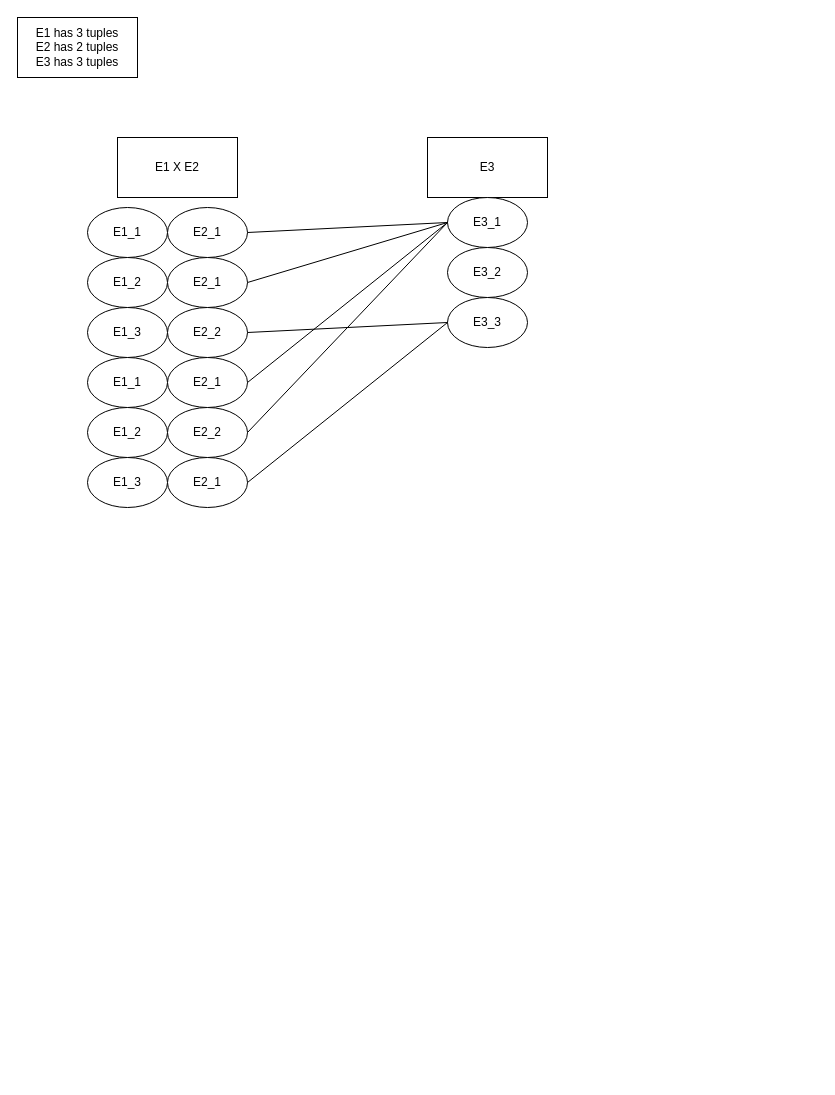
The draw.io diagram Temp.drawio in critschris/COMP353, before the edit. Source tidied: cells renumbered, new cells numbered last; positions are measured from the earlier drawing's top-left corner, leaving out a move shared by most shapes. Both pictures are drawn from the tidied source at 100%, with x=0, y=0 at pixel (17, 17).
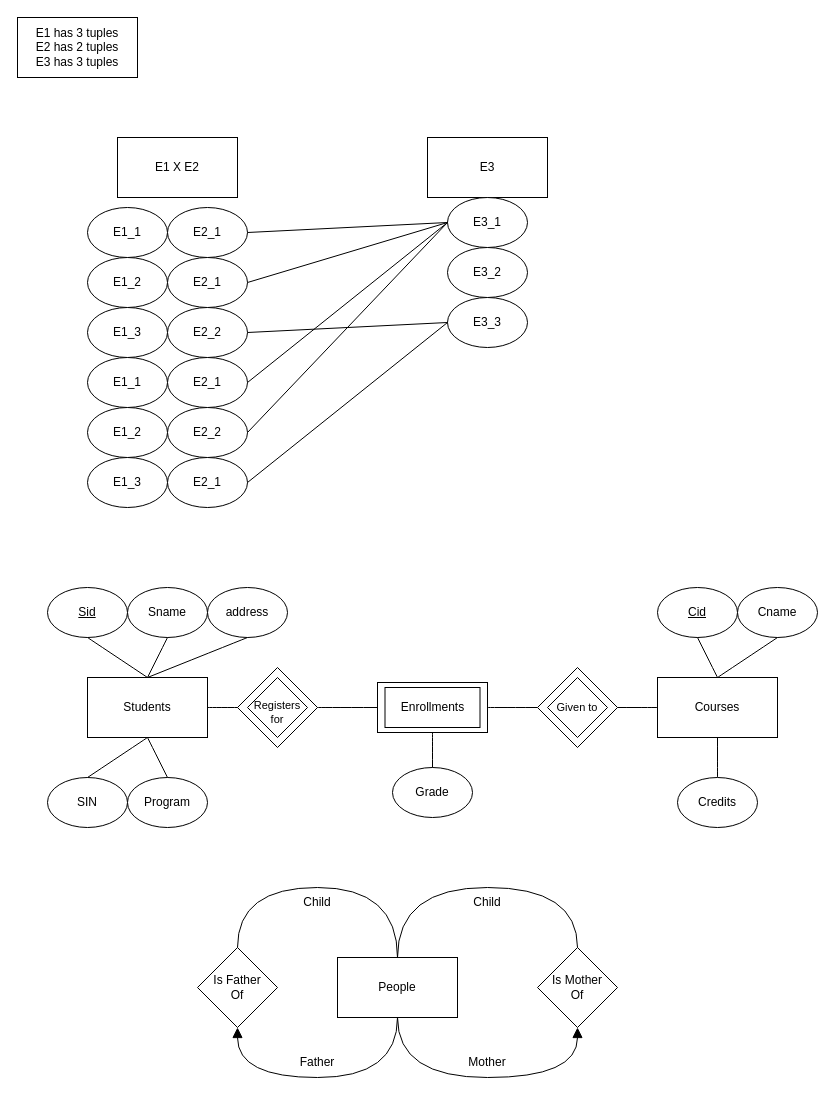
The same page after the edit.

What changed in the source:
```diff
@@
+    <mxCell id="26" style="rounded=0;whiteSpace=wrap;html=1;" parent="1" vertex="1">
+      <mxGeometry x="360" y="665" width="110" height="50" as="geometry" />
+    </mxCell>
@@
+    <mxCell id="27" value="Students" style="rounded=0;whiteSpace=wrap;html=1;" parent="1" vertex="1">
+      <mxGeometry x="70" y="660" width="120" height="60" as="geometry" />
+    </mxCell>
+    <mxCell id="28" value="&lt;u&gt;Sid&lt;/u&gt;" style="ellipse;whiteSpace=wrap;html=1;" parent="1" vertex="1">
+      <mxGeometry x="30" y="570" width="80" height="50" as="geometry" />
+    </mxCell>
+    <mxCell id="29" value="Sname" style="ellipse;whiteSpace=wrap;html=1;" parent="1" vertex="1">
+      <mxGeometry x="110" y="570" width="80" height="50" as="geometry" />
+    </mxCell>
+    <mxCell id="30" value="address" style="ellipse;whiteSpace=wrap;html=1;" parent="1" vertex="1">
+      <mxGeometry x="190" y="570" width="80" height="50" as="geometry" />
+    </mxCell>
+    <mxCell id="31" value="SIN" style="ellipse;whiteSpace=wrap;html=1;" parent="1" vertex="1">
+      <mxGeometry x="30" y="760" width="80" height="50" as="geometry" />
+    </mxCell>
+    <mxCell id="32" value="Program" style="ellipse;whiteSpace=wrap;html=1;" parent="1" vertex="1">
+      <mxGeometry x="110" y="760" width="80" height="50" as="geometry" />
+    </mxCell>
+    <mxCell id="33" style="endArrow=none;html=1;rounded=0;fontSize=12;startSize=8;endSize=8;curved=1;exitX=0.5;exitY=1;exitDx=0;exitDy=0;entryX=0.5;entryY=0;entryDx=0;entryDy=0;" parent="1" edge="1" source="28" target="27">
+      <mxGeometry relative="1" as="geometry" />
+    </mxCell>
+    <mxCell id="34" style="endArrow=none;html=1;rounded=0;fontSize=12;startSize=8;endSize=8;curved=1;exitX=0.5;exitY=1;exitDx=0;exitDy=0;entryX=0.5;entryY=0;entryDx=0;entryDy=0;" parent="1" edge="1" source="29" target="27">
+      <mxGeometry relative="1" as="geometry" />
+    </mxCell>
+    <mxCell id="35" style="endArrow=none;html=1;rounded=0;fontSize=12;startSize=8;endSize=8;curved=1;exitX=0.5;exitY=1;exitDx=0;exitDy=0;entryX=0.5;entryY=0;entryDx=0;entryDy=0;" parent="1" edge="1" source="30" target="27">
+      <mxGeometry relative="1" as="geometry" />
+    </mxCell>
+    <mxCell id="36" style="endArrow=none;html=1;rounded=0;fontSize=12;startSize=8;endSize=8;curved=1;exitX=0.5;exitY=1;exitDx=0;exitDy=0;entryX=0.5;entryY=0;entryDx=0;entryDy=0;" parent="1" edge="1" source="27" target="31">
+      <mxGeometry relative="1" as="geometry" />
+    </mxCell>
+    <mxCell id="37" style="endArrow=none;html=1;rounded=0;fontSize=12;startSize=8;endSize=8;curved=1;exitX=0.5;exitY=1;exitDx=0;exitDy=0;entryX=0.5;entryY=0;entryDx=0;entryDy=0;" parent="1" edge="1" source="27" target="32">
+      <mxGeometry relative="1" as="geometry" />
+    </mxCell>
+    <mxCell id="38" style="endArrow=none;html=1;rounded=0;fontSize=12;startSize=8;endSize=8;curved=1;exitX=1;exitY=0.5;exitDx=0;exitDy=0;entryX=0;entryY=0.5;entryDx=0;entryDy=0;" parent="1" edge="1" source="27">
+      <mxGeometry relative="1" as="geometry">
+        <mxPoint x="225" y="690" as="targetPoint" />
+      </mxGeometry>
+    </mxCell>
+    <mxCell id="39" value="Courses" style="rounded=0;whiteSpace=wrap;html=1;" parent="1" vertex="1">
+      <mxGeometry x="640" y="660" width="120" height="60" as="geometry" />
+    </mxCell>
+    <mxCell id="40" value="&lt;u&gt;Cid&lt;/u&gt;" style="ellipse;whiteSpace=wrap;html=1;" parent="1" vertex="1">
+      <mxGeometry x="640" y="570" width="80" height="50" as="geometry" />
+    </mxCell>
+    <mxCell id="41" style="endArrow=none;html=1;rounded=0;fontSize=12;startSize=8;endSize=8;curved=1;entryX=0.5;entryY=1;entryDx=0;entryDy=0;exitX=0.5;exitY=0;exitDx=0;exitDy=0;" parent="1" edge="1" source="39" target="40">
+      <mxGeometry relative="1" as="geometry" />
+    </mxCell>
+    <mxCell id="42" value="Cname" style="ellipse;whiteSpace=wrap;html=1;" parent="1" vertex="1">
+      <mxGeometry x="720" y="570" width="80" height="50" as="geometry" />
+    </mxCell>
+    <mxCell id="43" style="endArrow=none;html=1;rounded=0;fontSize=12;startSize=8;endSize=8;curved=1;entryX=0.5;entryY=1;entryDx=0;entryDy=0;exitX=0.5;exitY=0;exitDx=0;exitDy=0;" parent="1" edge="1" source="39" target="42">
+      <mxGeometry relative="1" as="geometry" />
+    </mxCell>
+    <mxCell id="44" style="endArrow=none;html=1;rounded=0;fontSize=12;startSize=8;endSize=8;curved=1;entryX=0.5;entryY=1;entryDx=0;entryDy=0;exitX=0.5;exitY=0;exitDx=0;exitDy=0;" parent="1" edge="1" source="45" target="39">
+      <mxGeometry relative="1" as="geometry" />
+    </mxCell>
+    <mxCell id="45" value="Credits" style="ellipse;whiteSpace=wrap;html=1;" parent="1" vertex="1">
+      <mxGeometry x="660" y="760" width="80" height="50" as="geometry" />
+    </mxCell>
+    <mxCell id="46" value="Grade" style="ellipse;whiteSpace=wrap;html=1;" parent="1" vertex="1">
+      <mxGeometry x="375" y="750" width="80" height="50" as="geometry" />
+    </mxCell>
+    <mxCell id="47" style="endArrow=none;html=1;rounded=0;fontSize=12;startSize=8;endSize=8;curved=1;exitX=0.5;exitY=1;exitDx=0;exitDy=0;entryX=0.5;entryY=0;entryDx=0;entryDy=0;" parent="1" edge="1" source="26" target="46">
+      <mxGeometry relative="1" as="geometry" />
+    </mxCell>
+    <mxCell id="48" value="Enrollments" style="rounded=0;whiteSpace=wrap;html=1;" parent="1" vertex="1">
+      <mxGeometry x="367.5" y="670" width="95" height="40" as="geometry" />
+    </mxCell>
+    <mxCell id="49" style="rhombus;whiteSpace=wrap;html=1;" parent="1" vertex="1">
+      <mxGeometry x="220" y="650" width="80" height="80" as="geometry" />
+    </mxCell>
+    <mxCell id="50" style="rhombus;whiteSpace=wrap;html=1;verticalAlign=middle;" parent="1" vertex="1">
+      <mxGeometry x="230" y="660" width="60" height="60" as="geometry" />
+    </mxCell>
+    <mxCell id="51" value="Registers for" style="text;html=1;align=center;verticalAlign=middle;whiteSpace=wrap;rounded=0;fontSize=11;" parent="1" vertex="1">
+      <mxGeometry x="230" y="680" width="60" height="30" as="geometry" />
+    </mxCell>
+    <mxCell id="52" style="endArrow=none;html=1;rounded=0;fontSize=12;startSize=8;endSize=8;curved=1;exitX=1;exitY=0.5;exitDx=0;exitDy=0;entryX=0;entryY=0.5;entryDx=0;entryDy=0;" parent="1" edge="1" source="49" target="26">
+      <mxGeometry relative="1" as="geometry" />
+    </mxCell>
+    <mxCell id="53" style="rhombus;whiteSpace=wrap;html=1;" parent="1" vertex="1">
+      <mxGeometry x="520" y="650" width="80" height="80" as="geometry" />
+    </mxCell>
+    <mxCell id="54" style="rhombus;whiteSpace=wrap;html=1;verticalAlign=middle;" parent="1" vertex="1">
+      <mxGeometry x="530" y="660" width="60" height="60" as="geometry" />
+    </mxCell>
+    <mxCell id="55" value="Given to" style="text;html=1;align=center;verticalAlign=middle;whiteSpace=wrap;rounded=0;fontSize=11;" parent="1" vertex="1">
+      <mxGeometry x="530" y="675" width="60" height="30" as="geometry" />
+    </mxCell>
+    <mxCell id="56" style="endArrow=none;html=1;rounded=0;fontSize=12;startSize=8;endSize=8;curved=1;exitX=0;exitY=0.5;exitDx=0;exitDy=0;entryX=1;entryY=0.5;entryDx=0;entryDy=0;" parent="1" edge="1" source="39" target="53">
+      <mxGeometry relative="1" as="geometry" />
+    </mxCell>
+    <mxCell id="57" style="endArrow=none;html=1;rounded=0;fontSize=12;startSize=8;endSize=8;curved=1;exitX=1;exitY=0.5;exitDx=0;exitDy=0;entryX=0;entryY=0.5;entryDx=0;entryDy=0;" parent="1" edge="1" source="26" target="53">
+      <mxGeometry relative="1" as="geometry" />
+    </mxCell>
+    <mxCell id="58" value="People" style="rounded=0;whiteSpace=wrap;html=1;" parent="1" vertex="1">
+      <mxGeometry x="320" y="940" width="120" height="60" as="geometry" />
+    </mxCell>
+    <mxCell id="59" style="rhombus;whiteSpace=wrap;html=1;" parent="1" vertex="1">
+      <mxGeometry x="520" y="930" width="80" height="80" as="geometry" />
+    </mxCell>
+    <mxCell id="60" value="Is Mother Of" style="text;html=1;align=center;verticalAlign=middle;whiteSpace=wrap;rounded=0;" parent="1" vertex="1">
+      <mxGeometry x="530" y="955" width="60" height="30" as="geometry" />
+    </mxCell>
+    <mxCell id="61" style="endArrow=block;html=1;rounded=0;fontSize=12;startSize=8;endSize=8;curved=1;exitX=0.5;exitY=1;exitDx=0;exitDy=0;entryX=0.5;entryY=1;entryDx=0;entryDy=0;edgeStyle=orthogonalEdgeStyle;startFill=0;endFill=1;" parent="1" edge="1" source="58" target="59">
+      <mxGeometry relative="1" as="geometry">
+        <Array as="points">
+          <mxPoint x="380" y="1060" />
+          <mxPoint x="560" y="1060" />
+        </Array>
+      </mxGeometry>
+    </mxCell>
+    <mxCell id="62" style="endArrow=none;html=1;rounded=0;fontSize=12;startSize=8;endSize=8;curved=1;exitX=0.5;exitY=0;exitDx=0;exitDy=0;entryX=0.5;entryY=0;entryDx=0;entryDy=0;edgeStyle=orthogonalEdgeStyle;startFill=0;" parent="1" edge="1" source="59" target="58">
+      <mxGeometry relative="1" as="geometry">
+        <Array as="points">
+          <mxPoint x="560" y="870" />
+          <mxPoint x="380" y="870" />
+        </Array>
+      </mxGeometry>
+    </mxCell>
+    <mxCell id="63" value="Mother" style="text;html=1;align=center;verticalAlign=middle;whiteSpace=wrap;rounded=0;" parent="1" vertex="1">
+      <mxGeometry x="440" y="1030" width="60" height="30" as="geometry" />
+    </mxCell>
+    <mxCell id="64" value="Child" style="text;html=1;align=center;verticalAlign=middle;whiteSpace=wrap;rounded=0;" parent="1" vertex="1">
+      <mxGeometry x="440" y="870" width="60" height="30" as="geometry" />
+    </mxCell>
+    <mxCell id="65" value="Is Father&lt;div&gt;Of&lt;/div&gt;" style="rhombus;whiteSpace=wrap;html=1;" parent="1" vertex="1">
+      <mxGeometry x="180" y="930" width="80" height="80" as="geometry" />
+    </mxCell>
+    <mxCell id="66" style="endArrow=block;html=1;rounded=0;fontSize=12;startSize=8;endSize=8;curved=1;exitX=0.5;exitY=1;exitDx=0;exitDy=0;entryX=0.5;entryY=1;entryDx=0;entryDy=0;edgeStyle=orthogonalEdgeStyle;endFill=1;" parent="1" edge="1" source="58" target="65">
+      <mxGeometry relative="1" as="geometry">
+        <Array as="points">
+          <mxPoint x="380" y="1060" />
+          <mxPoint x="220" y="1060" />
+        </Array>
+      </mxGeometry>
+    </mxCell>
+    <mxCell id="67" value="Father" style="text;html=1;align=center;verticalAlign=middle;whiteSpace=wrap;rounded=0;" parent="1" vertex="1">
+      <mxGeometry x="270" y="1030" width="60" height="30" as="geometry" />
+    </mxCell>
+    <mxCell id="68" style="endArrow=none;html=1;rounded=0;fontSize=12;startSize=8;endSize=8;curved=1;exitX=0.5;exitY=0;exitDx=0;exitDy=0;entryX=0.5;entryY=0;entryDx=0;entryDy=0;edgeStyle=orthogonalEdgeStyle;startFill=0;" parent="1" edge="1" source="65" target="58">
+      <mxGeometry relative="1" as="geometry">
+        <Array as="points">
+          <mxPoint x="220" y="870" />
+          <mxPoint x="380" y="870" />
+        </Array>
+      </mxGeometry>
+    </mxCell>
+    <mxCell id="69" value="Child" style="text;html=1;align=center;verticalAlign=middle;whiteSpace=wrap;rounded=0;" parent="1" vertex="1">
+      <mxGeometry x="270" y="870" width="60" height="30" as="geometry" />
+    </mxCell>
```
